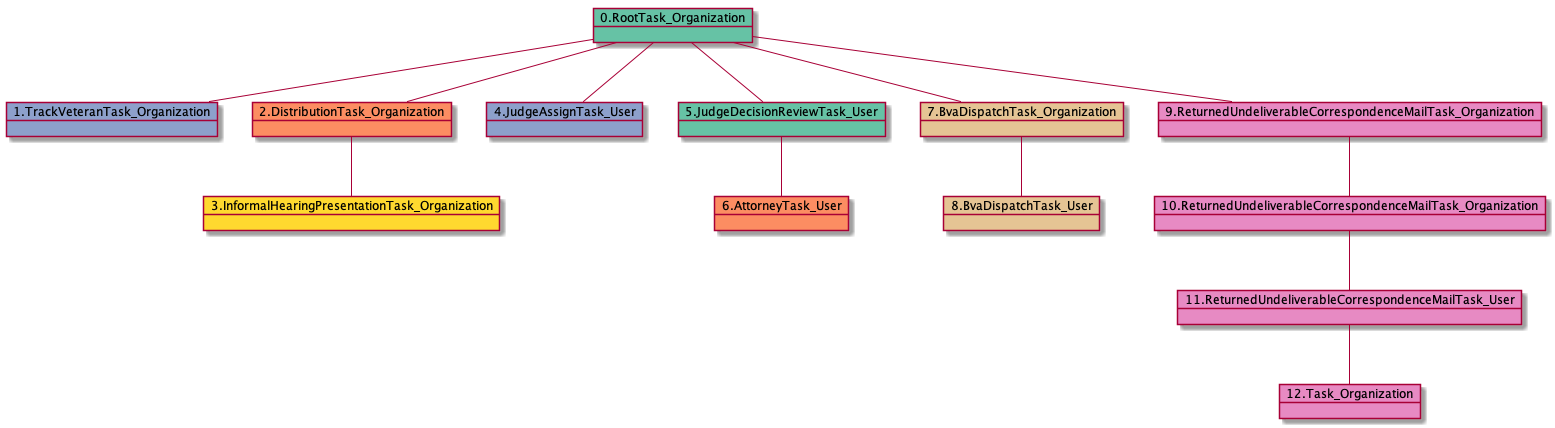
The PlantUML diagram docs-DR/uml/RTO.TVTO.DTO.IHPTO.JATU.JDRTU.ATU.BDTO.BDTU.RUCMTO.RUCMTO.RUCMTU-29665.png in yoomlam/graphing, before a commit. Its diagram source:
```plantuml
@startuml
object 0.RootTask_Organization #66c2a5
object 1.TrackVeteranTask_Organization #8da0cb
object 2.DistributionTask_Organization #fc8d62
object 3.InformalHearingPresentationTask_Organization #ffd92f
object 4.JudgeAssignTask_User #8da0cb
object 5.JudgeDecisionReviewTask_User #66c2a5
object 6.AttorneyTask_User #fc8d62
object 7.BvaDispatchTask_Organization #e5c494
object 8.BvaDispatchTask_User #e5c494
object 9.ReturnedUndeliverableCorrespondenceMailTask_Organization #e78ac3
object 10.ReturnedUndeliverableCorrespondenceMailTask_Organization #e78ac3
object 11.ReturnedUndeliverableCorrespondenceMailTask_User #e78ac3
object 12.Task_Organization #e78ac3
0.RootTask_Organization -- 1.TrackVeteranTask_Organization
0.RootTask_Organization -- 2.DistributionTask_Organization
2.DistributionTask_Organization -- 3.InformalHearingPresentationTask_Organization
0.RootTask_Organization -- 4.JudgeAssignTask_User
0.RootTask_Organization -- 5.JudgeDecisionReviewTask_User
5.JudgeDecisionReviewTask_User -- 6.AttorneyTask_User
0.RootTask_Organization -- 7.BvaDispatchTask_Organization
7.BvaDispatchTask_Organization -- 8.BvaDispatchTask_User
0.RootTask_Organization -- 9.ReturnedUndeliverableCorrespondenceMailTask_Organization
9.ReturnedUndeliverableCorrespondenceMailTask_Organization -- 10.ReturnedUndeliverableCorrespondenceMailTask_Organization
10.ReturnedUndeliverableCorrespondenceMailTask_Organization -- 11.ReturnedUndeliverableCorrespondenceMailTask_User
11.ReturnedUndeliverableCorrespondenceMailTask_User -- 12.Task_Organization
@enduml
```
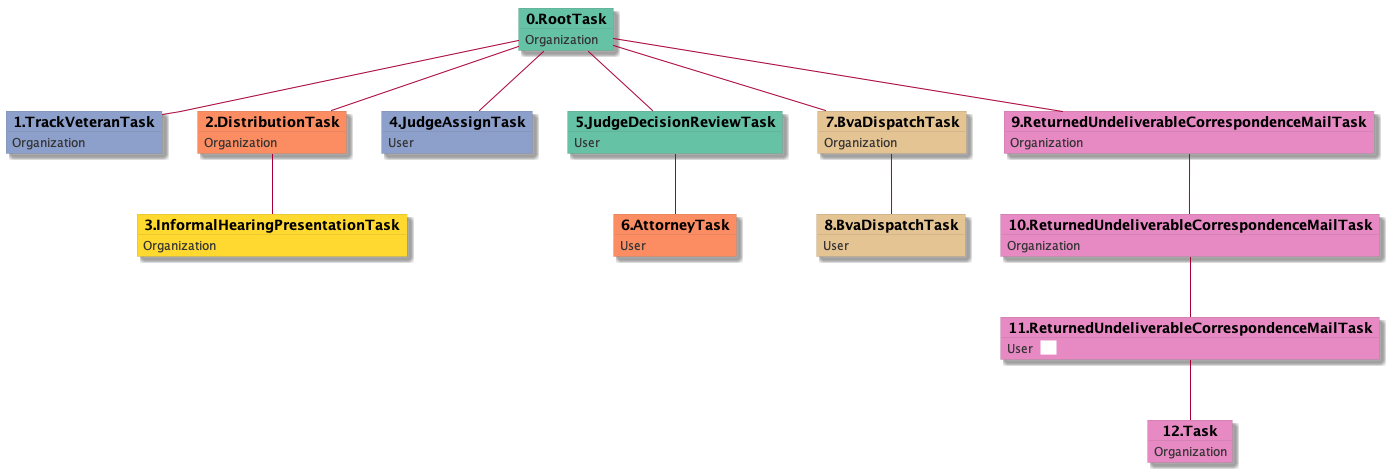
Above is the later version.

Change to the diagram source:
```diff
@@ -1,27 +1,61 @@
 @startuml
-object 0.RootTask_Organization #66c2a5
-object 1.TrackVeteranTask_Organization #8da0cb
-object 2.DistributionTask_Organization #fc8d62
-object 3.InformalHearingPresentationTask_Organization #ffd92f
-object 4.JudgeAssignTask_User #8da0cb
-object 5.JudgeDecisionReviewTask_User #66c2a5
-object 6.AttorneyTask_User #fc8d62
-object 7.BvaDispatchTask_Organization #e5c494
-object 8.BvaDispatchTask_User #e5c494
-object 9.ReturnedUndeliverableCorrespondenceMailTask_Organization #e78ac3
-object 10.ReturnedUndeliverableCorrespondenceMailTask_Organization #e78ac3
-object 11.ReturnedUndeliverableCorrespondenceMailTask_User #e78ac3
-object 12.Task_Organization #e78ac3
-0.RootTask_Organization -- 1.TrackVeteranTask_Organization
-0.RootTask_Organization -- 2.DistributionTask_Organization
-2.DistributionTask_Organization -- 3.InformalHearingPresentationTask_Organization
-0.RootTask_Organization -- 4.JudgeAssignTask_User
-0.RootTask_Organization -- 5.JudgeDecisionReviewTask_User
-5.JudgeDecisionReviewTask_User -- 6.AttorneyTask_User
-0.RootTask_Organization -- 7.BvaDispatchTask_Organization
-7.BvaDispatchTask_Organization -- 8.BvaDispatchTask_User
-0.RootTask_Organization -- 9.ReturnedUndeliverableCorrespondenceMailTask_Organization
-9.ReturnedUndeliverableCorrespondenceMailTask_Organization -- 10.ReturnedUndeliverableCorrespondenceMailTask_Organization
-10.ReturnedUndeliverableCorrespondenceMailTask_Organization -- 11.ReturnedUndeliverableCorrespondenceMailTask_User
-11.ReturnedUndeliverableCorrespondenceMailTask_User -- 12.Task_Organization
+skinparam {
+  ObjectBorderColor #555
+  ObjectBorderThickness 0
+  ObjectFontStyle bold
+  ObjectFontSize 14
+  ObjectAttributeFontColor #333
+  ObjectAttributeFontSize 12
+}
+  object 0.RootTask #66c2a5 {
+Organization
+}
+  object 1.TrackVeteranTask #8da0cb {
+Organization
+}
+  object 2.DistributionTask #fc8d62 {
+Organization
+}
+  object 3.InformalHearingPresentationTask #ffd92f {
+Organization
+}
+  object 4.JudgeAssignTask #8da0cb {
+User
+}
+  object 5.JudgeDecisionReviewTask #66c2a5 {
+User
+}
+  object 6.AttorneyTask #fc8d62 {
+User
+}
+  object 7.BvaDispatchTask #e5c494 {
+Organization
+}
+  object 8.BvaDispatchTask #e5c494 {
+User
+}
+  object 9.ReturnedUndeliverableCorrespondenceMailTask #e78ac3 {
+Organization
+}
+  object 10.ReturnedUndeliverableCorrespondenceMailTask #e78ac3 {
+Organization
+}
+  object 11.ReturnedUndeliverableCorrespondenceMailTask #e78ac3 {
+User  <back:white>    </back>
+}
+  object 12.Task #e78ac3 {
+Organization
+}
+0.RootTask -- 1.TrackVeteranTask
+0.RootTask -- 2.DistributionTask
+2.DistributionTask -- 3.InformalHearingPresentationTask
+0.RootTask -- 4.JudgeAssignTask
+0.RootTask -- 5.JudgeDecisionReviewTask
+5.JudgeDecisionReviewTask -- 6.AttorneyTask
+0.RootTask -- 7.BvaDispatchTask
+7.BvaDispatchTask -- 8.BvaDispatchTask
+0.RootTask -- 9.ReturnedUndeliverableCorrespondenceMailTask
+9.ReturnedUndeliverableCorrespondenceMailTask -- 10.ReturnedUndeliverableCorrespondenceMailTask
+10.ReturnedUndeliverableCorrespondenceMailTask -- 11.ReturnedUndeliverableCorrespondenceMailTask
+11.ReturnedUndeliverableCorrespondenceMailTask -- 12.Task
 @enduml
```
